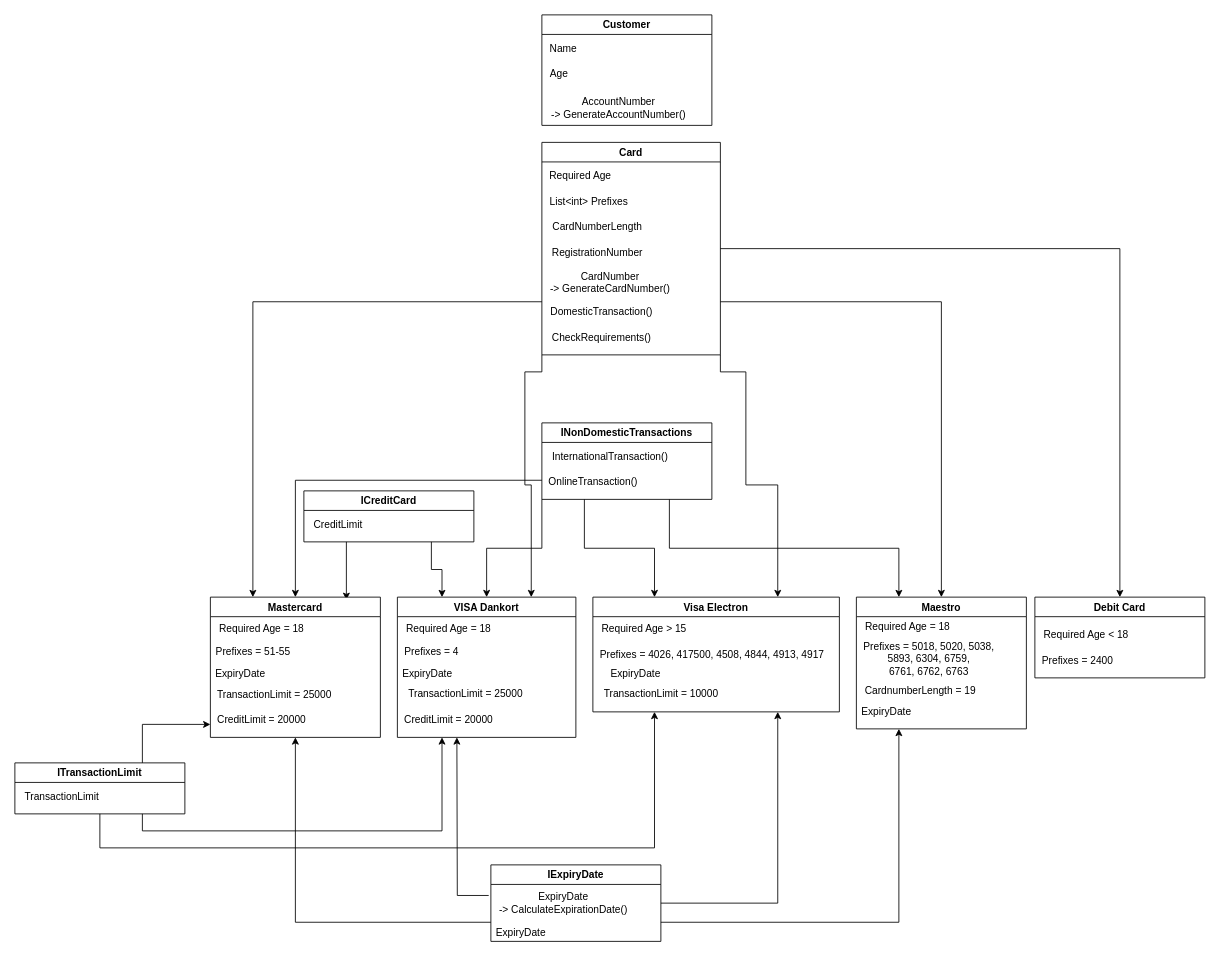
Above: MyBanker.drawio in GoosLife/MyBanker (draw.io), before the change. Source tidied: cells renumbered, new cells numbered last; positions are measured from the earlier drawing's top-left corner, leaving out a move shared by most shapes. Both pictures are drawn from the tidied source at 85%, with x=0, y=0 at pixel (14, 14).
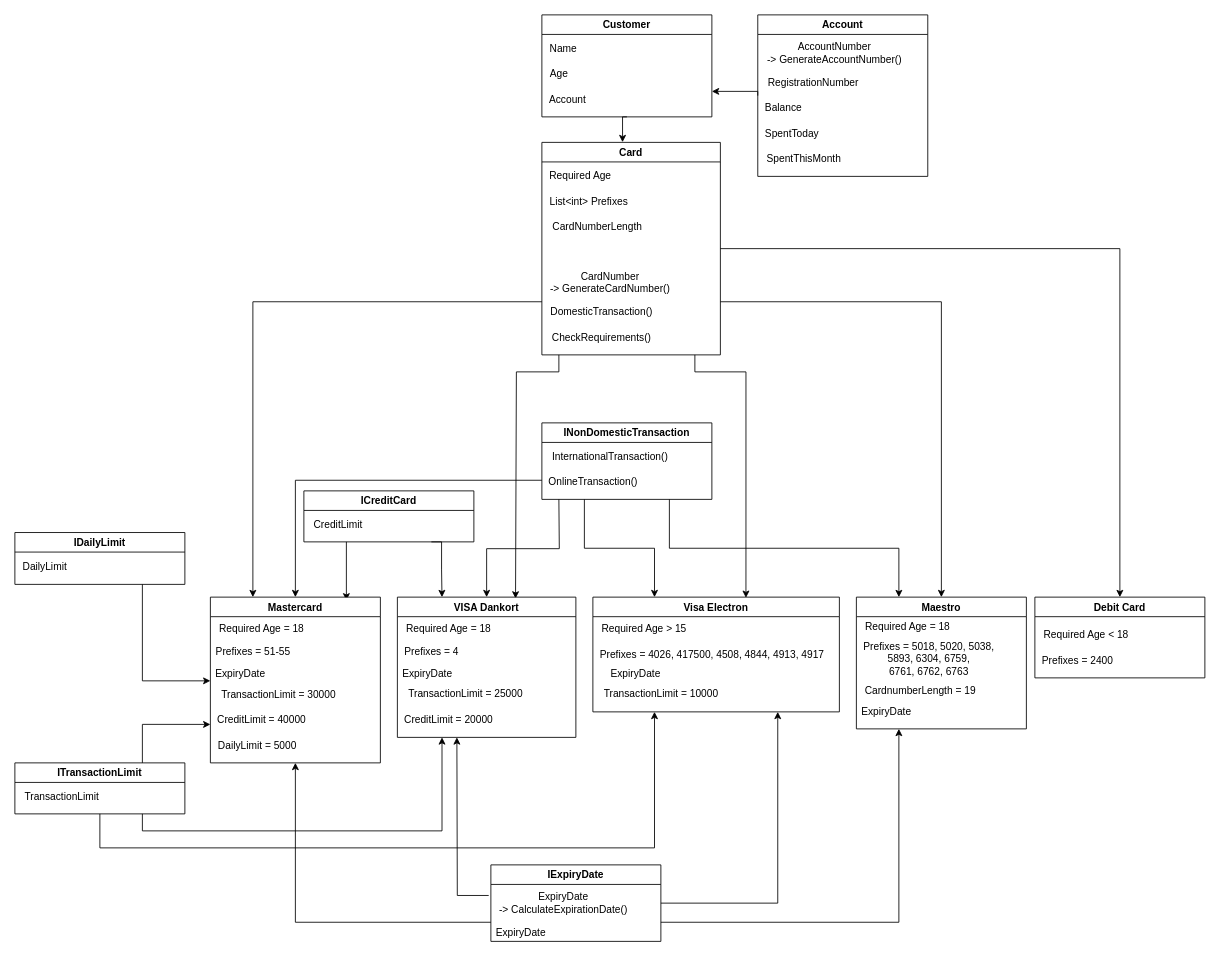
The same page after the edit.

The change refers to these unchanged cells:
```xml
<mxCell id="7" value="Card" style="swimlane;" parent="1" vertex="1">
  <mxGeometry x="620" y="150" width="210" height="250" as="geometry" />
</mxCell>
<mxCell id="17" value="ICreditCard" style="swimlane;" parent="1" vertex="1">
  <mxGeometry x="340" y="560" width="200" height="60" as="geometry" />
</mxCell>
<mxCell id="50" value="Visa Electron" style="swimlane;" parent="1" vertex="1">
  <mxGeometry x="680" y="685" width="290" height="135" as="geometry" />
</mxCell>
<mxCell id="55" value="VISA Dankort" style="swimlane;" parent="1" vertex="1">
  <mxGeometry x="450" y="685" width="210" height="165" as="geometry" />
</mxCell>
<mxCell id="64" value="ExpiryDate" style="text;html=1;align=center;verticalAlign=middle;points=[];strokeColor=none;fillColor=none;" parent="61" vertex="1">
  <mxGeometry y="80" width="70" height="20" as="geometry" />
</mxCell>
```

The edit, as a diff of the source:
```diff
@@
-    <mxCell id="4" style="edgeStyle=orthogonalEdgeStyle;rounded=0;jettySize=auto;html=1;exitX=1;exitY=1;exitDx=0;exitDy=0;entryX=0.75;entryY=0;entryDx=0;entryDy=0;" parent="1" edge="1" source="7" target="50">
+    <mxCell id="4" style="edgeStyle=orthogonalEdgeStyle;rounded=0;jettySize=auto;html=1;entryX=0.621;entryY=0.006;entryDx=0;entryDy=0;entryPerimeter=0;" parent="1" edge="1" target="50">
       <mxGeometry relative="1" as="geometry">
+        <mxPoint x="800" y="400" as="sourcePoint" />
         <Array as="points">
+          <mxPoint x="800" y="420" />
           <mxPoint x="860" y="420" />
-          <mxPoint x="860" y="553" />
-          <mxPoint x="897" y="553" />
         </Array>
       </mxGeometry>
     </mxCell>
-    <mxCell id="5" style="edgeStyle=orthogonalEdgeStyle;rounded=0;jettySize=auto;html=1;exitX=0;exitY=1;exitDx=0;exitDy=0;entryX=0.75;entryY=0;entryDx=0;entryDy=0;" parent="1" edge="1" source="7" target="55">
+    <mxCell id="5" style="edgeStyle=orthogonalEdgeStyle;rounded=0;jettySize=auto;html=1;entryX=0.662;entryY=0.01;entryDx=0;entryDy=0;entryPerimeter=0;" parent="1" edge="1" target="55">
       <mxGeometry relative="1" as="geometry">
+        <mxPoint x="640" y="400" as="sourcePoint" />
         <Array as="points">
-          <mxPoint x="600" y="420" />
-          <mxPoint x="600" y="553" />
-          <mxPoint x="607" y="553" />
+          <mxPoint x="640" y="420" />
+          <mxPoint x="590" y="420" />
+          <mxPoint x="590" y="687" />
         </Array>
       </mxGeometry>
     </mxCell>
@@
-    <mxCell id="13" value="&lt;div&gt;RegistrationNumber&lt;/div&gt;" style="text;html=1;align=center;verticalAlign=middle;strokeColor=none;fillColor=none;" parent="7" vertex="1">
-      <mxGeometry y="120" width="130" height="20" as="geometry" />
-    </mxCell>
@@
     <mxCell id="16" style="edgeStyle=orthogonalEdgeStyle;rounded=0;jettySize=auto;html=1;exitX=0.75;exitY=1;exitDx=0;exitDy=0;entryX=0.25;entryY=0;entryDx=0;entryDy=0;" parent="1" edge="1" source="17" target="55">
-      <mxGeometry relative="1" as="geometry" />
+      <mxGeometry relative="1" as="geometry">
+        <Array as="points">
+          <mxPoint x="502" y="620" />
+          <mxPoint x="502" y="653" />
+          <mxPoint x="503" y="653" />
+        </Array>
+      </mxGeometry>
     </mxCell>
@@
-    <mxCell id="25" style="edgeStyle=orthogonalEdgeStyle;rounded=0;jettySize=auto;html=1;exitX=0;exitY=1;exitDx=0;exitDy=0;entryX=0.5;entryY=0;entryDx=0;entryDy=0;" parent="1" edge="1" source="28" target="55">
-      <mxGeometry relative="1" as="geometry" />
+    <mxCell id="25" style="edgeStyle=orthogonalEdgeStyle;rounded=0;jettySize=auto;html=1;entryX=0.5;entryY=0;entryDx=0;entryDy=0;" parent="1" edge="1" target="55">
+      <mxGeometry relative="1" as="geometry">
+        <mxPoint x="640" y="570" as="sourcePoint" />
+      </mxGeometry>
     </mxCell>
@@
-    <mxCell id="28" value="INonDomesticTransactions" style="swimlane;" parent="1" vertex="1">
+    <mxCell id="28" value="INonDomesticTransaction" style="swimlane;" parent="1" vertex="1">
       <mxGeometry x="620" y="480" width="200" height="90" as="geometry" />
     </mxCell>
@@
+    <mxCell id="67" style="edgeStyle=orthogonalEdgeStyle;rounded=0;jettySize=auto;html=1;exitX=0.5;exitY=1;exitDx=0;exitDy=0;entryX=0.452;entryY=-0.001;entryDx=0;entryDy=0;entryPerimeter=0;" parent="1" edge="1" source="38" target="7">
+      <mxGeometry relative="1" as="geometry" />
+    </mxCell>
     <mxCell id="38" value="Customer" style="swimlane;" parent="1" vertex="1">
-      <mxGeometry x="620" width="200" height="130" as="geometry" />
+      <mxGeometry x="620" width="200" height="120" as="geometry" />
     </mxCell>
@@
-    <mxCell id="41" value="&lt;div&gt;AccountNumber&lt;/div&gt;&lt;div&gt;-&amp;gt; GenerateAccountNumber()&lt;br&gt;&lt;/div&gt;" style="text;html=1;align=center;verticalAlign=middle;strokeColor=none;fillColor=none;" parent="38" vertex="1">
-      <mxGeometry y="95" width="180" height="30" as="geometry" />
-    </mxCell>
+    <mxCell id="68" value="Account" style="text;html=1;align=center;verticalAlign=middle;strokeColor=none;fillColor=none;" parent="38" vertex="1">
+      <mxGeometry y="90" width="60" height="20" as="geometry" />
+    </mxCell>
@@
     <mxCell id="61" value="Mastercard" style="swimlane;" parent="1" vertex="1">
-      <mxGeometry x="230" y="685" width="200" height="165" as="geometry" />
+      <mxGeometry x="230" y="685" width="200" height="195" as="geometry" />
     </mxCell>
@@
-    <mxCell id="65" value="TransactionLimit = 25000" style="text;html=1;align=center;verticalAlign=middle;strokeColor=none;fillColor=none;" parent="61" vertex="1">
-      <mxGeometry x="-5" y="105" width="160" height="20" as="geometry" />
+    <mxCell id="65" value="TransactionLimit = 30000" style="text;html=1;align=center;verticalAlign=middle;strokeColor=none;fillColor=none;" parent="61" vertex="1">
+      <mxGeometry y="105" width="160" height="20" as="geometry" />
     </mxCell>
-    <mxCell id="66" value="CreditLimit = 20000" style="text;html=1;align=center;verticalAlign=middle;points=[];strokeColor=none;fillColor=none;" parent="61" vertex="1">
+    <mxCell id="66" value="CreditLimit = 40000" style="text;html=1;align=center;verticalAlign=middle;points=[];strokeColor=none;fillColor=none;" parent="61" vertex="1">
       <mxGeometry y="135" width="120" height="20" as="geometry" />
     </mxCell>
+    <mxCell id="69" value="DailyLimit = 5000" style="text;html=1;align=center;verticalAlign=middle;strokeColor=none;fillColor=none;" parent="61" vertex="1">
+      <mxGeometry y="165" width="110" height="20" as="geometry" />
+    </mxCell>
+    <mxCell id="70" style="edgeStyle=orthogonalEdgeStyle;rounded=0;jettySize=auto;html=1;exitX=0.75;exitY=1;exitDx=0;exitDy=0;entryX=0;entryY=0.925;entryDx=0;entryDy=0;entryPerimeter=0;" parent="1" edge="1" source="71" target="64">
+      <mxGeometry relative="1" as="geometry" />
+    </mxCell>
+    <mxCell id="71" value="IDailyLimit" style="swimlane;" parent="1" vertex="1">
+      <mxGeometry y="609" width="200" height="61" as="geometry" />
+    </mxCell>
+    <mxCell id="72" value="DailyLimit" style="text;html=1;align=center;verticalAlign=middle;strokeColor=none;fillColor=none;" parent="71" vertex="1">
+      <mxGeometry y="31" width="70" height="20" as="geometry" />
+    </mxCell>
+    <mxCell id="73" style="edgeStyle=orthogonalEdgeStyle;rounded=0;jettySize=auto;html=1;exitX=0;exitY=0.5;exitDx=0;exitDy=0;entryX=1;entryY=0.75;entryDx=0;entryDy=0;" parent="1" edge="1" source="74" target="38">
+      <mxGeometry relative="1" as="geometry">
+        <Array as="points">
+          <mxPoint x="874" y="90" />
+        </Array>
+      </mxGeometry>
+    </mxCell>
+    <mxCell id="74" value="Account" style="swimlane;" parent="1" vertex="1">
+      <mxGeometry x="874" width="200" height="190" as="geometry" />
+    </mxCell>
+    <mxCell id="41" value="&lt;div&gt;AccountNumber&lt;/div&gt;&lt;div&gt;-&amp;gt; GenerateAccountNumber()&lt;br&gt;&lt;/div&gt;" style="text;html=1;align=center;verticalAlign=middle;strokeColor=none;fillColor=none;" parent="74" vertex="1">
+      <mxGeometry y="30" width="180" height="30" as="geometry" />
+    </mxCell>
+    <mxCell id="75" value="Balance" style="text;html=1;align=center;verticalAlign=middle;strokeColor=none;fillColor=none;" parent="74" vertex="1">
+      <mxGeometry y="100" width="60" height="20" as="geometry" />
+    </mxCell>
+    <mxCell id="76" value="SpentToday" style="text;html=1;align=center;verticalAlign=middle;strokeColor=none;fillColor=none;" parent="74" vertex="1">
+      <mxGeometry y="130" width="80" height="20" as="geometry" />
+    </mxCell>
+    <mxCell id="77" value="SpentThisMonth" style="text;html=1;align=center;verticalAlign=middle;strokeColor=none;fillColor=none;" parent="74" vertex="1">
+      <mxGeometry x="4" y="160" width="100" height="20" as="geometry" />
+    </mxCell>
+    <mxCell id="13" value="&lt;div&gt;RegistrationNumber&lt;/div&gt;" style="text;html=1;align=center;verticalAlign=middle;strokeColor=none;fillColor=none;" parent="74" vertex="1">
+      <mxGeometry y="70" width="130" height="20" as="geometry" />
+    </mxCell>
```
